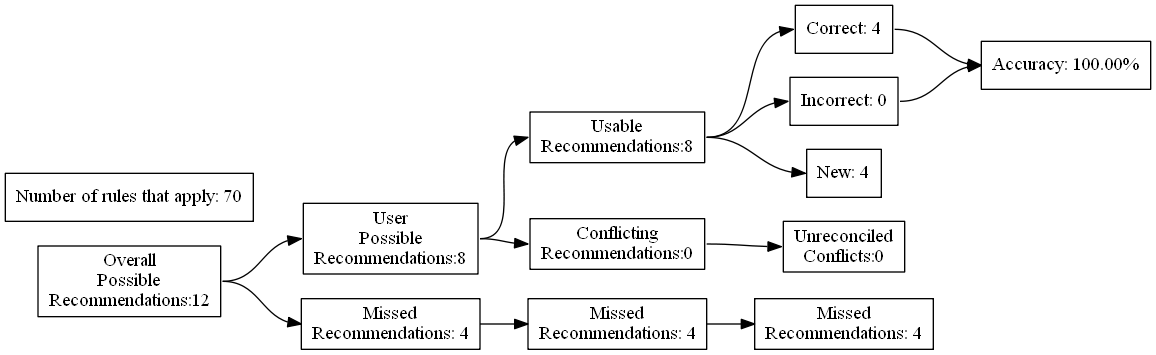
Before: test_renders/19.gv.png, a diagram exported from Graphviz (ZaxR/ibd_diet_analysis). Its source is kept beside it as test_renders/19.gv.
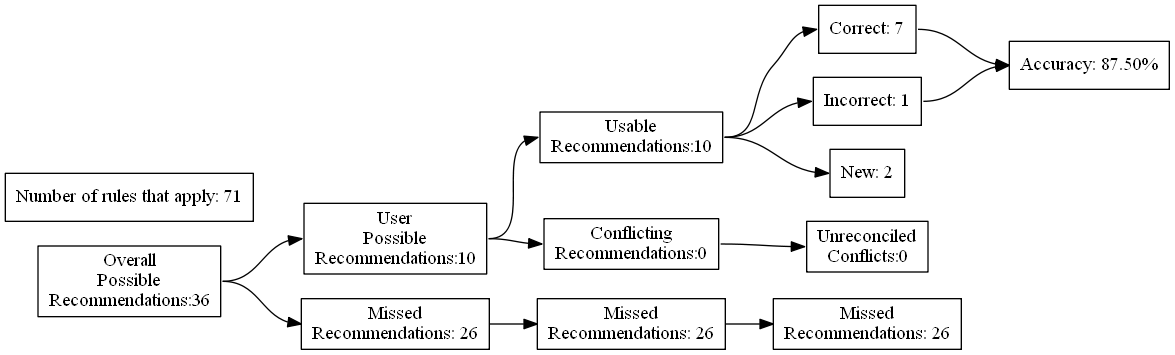
The same file after the commit.

The edit, as a diff of the source:
```diff
@@ -4,27 +4,27 @@
 	edge [headport=w tailport=e]
 		A [label="Overall
 Possible
-Recommendations:12"]
+Recommendations:36"]
 		B [label="User
 Possible
-Recommendations:8"]
+Recommendations:10"]
 		C [label="Missed
-Recommendations: 4"]
+Recommendations: 26"]
 		D [label="Usable
-Recommendations:8"]
+Recommendations:10"]
 		E [label="Conflicting
 Recommendations:0"]
 		J [label="Missed
-Recommendations: 4"]
+Recommendations: 26"]
 		M [label="Unreconciled
 Conflicts:0"]
-		F [label="Correct: 4"]
-		G [label="Incorrect: 0"]
-		H [label="New: 4"]
+		F [label="Correct: 7"]
+		G [label="Incorrect: 1"]
+		H [label="New: 2"]
 		K [label="Missed
-Recommendations: 4"]
-		I [label="Accuracy: 100.00%"]
-		l [label="Number of rules that apply: 70"]
+Recommendations: 26"]
+		I [label="Accuracy: 87.50%"]
+		l [label="Number of rules that apply: 71"]
 			A -> B
 			A -> C
 			B -> D
```
